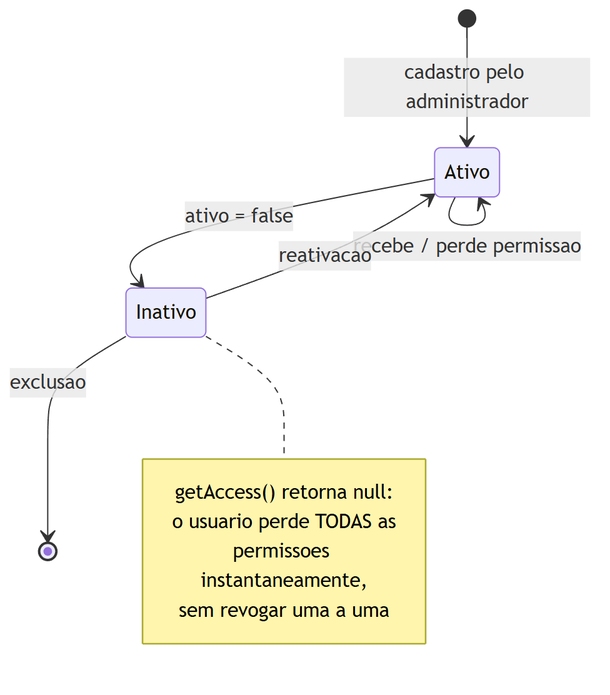
This is docs/diagramas/png/estado-usuario.png from bebberjoao/RoosterOneBackend, a Mermaid export, as it was before one commit. Its source is kept beside it as docs/diagramas/src/estado-usuario.mmd.
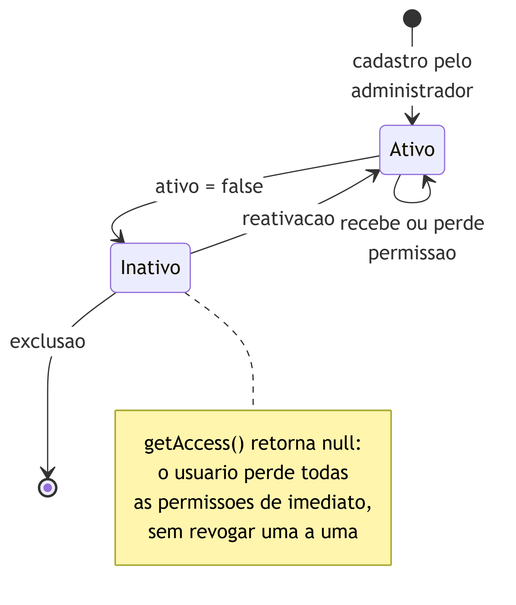
After the commit.

What changed in the source:
```diff
@@ -1,13 +1,14 @@
+%%{init: {"state":{"nodeSpacing":28,"rankSpacing":32,"padding":6}}}%%
 stateDiagram-v2
-  [*] --> Ativo : cadastro pelo administrador
-  Ativo --> Ativo : recebe / perde permissao
+  [*] --> Ativo : cadastro pelo<br/>administrador
+  Ativo --> Ativo : recebe ou perde<br/>permissao
   Ativo --> Inativo : ativo = false
   Inativo --> Ativo : reativacao
   Inativo --> [*] : exclusao
 
   note right of Inativo
     getAccess() retorna null:
-    o usuario perde TODAS as
-    permissoes instantaneamente,
+    o usuario perde todas
+    as permissoes de imediato,
     sem revogar uma a uma
   end note
```
